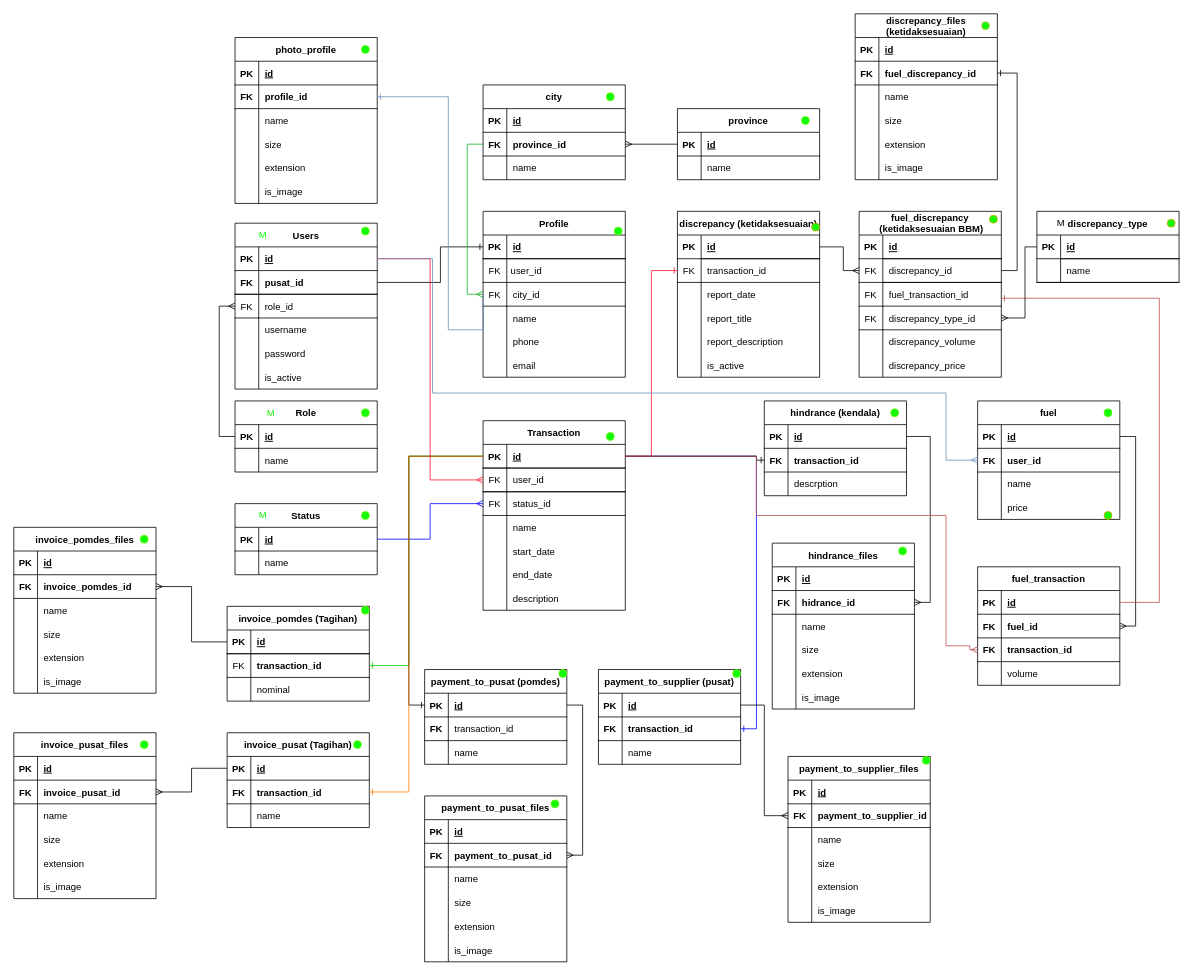
Faris072/pomdes keeps this draw.io diagram as PomdesDB.drawio. Above is the earlier version. Source tidied: cells renumbered, new cells numbered last; positions are measured from the earlier drawing's top-left corner, leaving out a move shared by most shapes. Both pictures are drawn from the tidied source at 79%, with x=0, y=0 at pixel (13, 13).
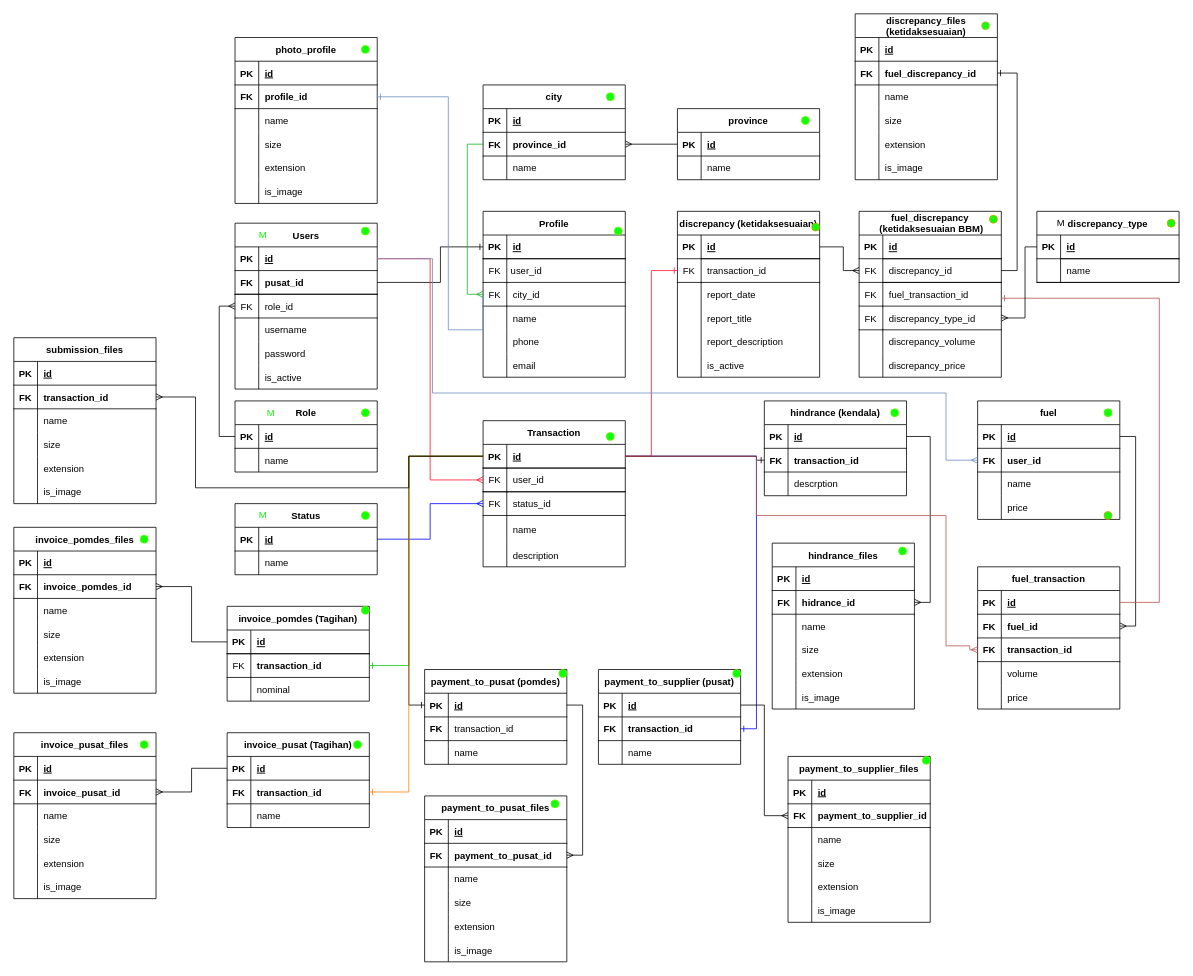
After the change.

Unchanged cells that the change refers to:
```xml
<mxCell id="51" style="shape=tableRow;horizontal=0;startSize=0;swimlaneHead=0;swimlaneBody=0;fillColor=none;points=[[0,0.5],[1,0.5]];portConstraint=eastwest;top=0;left=0;right=0;bottom=1;" parent="50" vertex="1">
  <mxGeometry y="30" width="180" height="30" as="geometry" />
</mxCell>
```

Diff of the diagram source:
```diff
@@
     <mxCell id="50" value="Transaction" style="shape=table;startSize=30;childLayout=tableLayout;rowLines=0;fontStyle=1;align=center;" parent="1" vertex="1">
-      <mxGeometry x="594" y="515" width="180" height="240" as="geometry" />
+      <mxGeometry x="594" y="515" width="180" height="185" as="geometry" />
     </mxCell>
@@
     <mxCell id="60" style="shape=tableRow;horizontal=0;startSize=0;swimlaneHead=0;swimlaneBody=0;fillColor=none;top=0;left=0;right=0;bottom=0;" parent="50" vertex="1">
-      <mxGeometry y="120" width="180" height="30" as="geometry" />
+      <mxGeometry y="120" width="180" height="35" as="geometry" />
     </mxCell>
     <mxCell id="61" style="shape=partialRectangle;fillColor=none;top=0;left=0;bottom=0;right=0;overflow=hidden;" parent="60" vertex="1">
-      <mxGeometry width="30" height="30" as="geometry" />
+      <mxGeometry width="30" height="35" as="geometry" />
     </mxCell>
     <mxCell id="62" value="name" style="shape=partialRectangle;fillColor=none;top=0;left=0;bottom=0;right=0;align=left;spacingLeft=6;overflow=hidden;" parent="60" vertex="1">
-      <mxGeometry x="30" width="150" height="30" as="geometry" />
+      <mxGeometry x="30" width="150" height="35" as="geometry" />
     </mxCell>
-    <mxCell id="63" style="shape=tableRow;horizontal=0;startSize=0;swimlaneHead=0;swimlaneBody=0;fillColor=none;top=0;left=0;right=0;bottom=0;" parent="50" vertex="1">
-      <mxGeometry y="150" width="180" height="30" as="geometry" />
-    </mxCell>
-    <mxCell id="64" style="shape=partialRectangle;fillColor=none;top=0;left=0;bottom=0;right=0;overflow=hidden;" parent="63" vertex="1">
-      <mxGeometry width="30" height="30" as="geometry" />
-    </mxCell>
-    <mxCell id="65" value="start_date" style="shape=partialRectangle;fillColor=none;top=0;left=0;bottom=0;right=0;align=left;spacingLeft=6;overflow=hidden;" parent="63" vertex="1">
-      <mxGeometry x="30" width="150" height="30" as="geometry" />
-    </mxCell>
-    <mxCell id="66" style="shape=tableRow;horizontal=0;startSize=0;swimlaneHead=0;swimlaneBody=0;fillColor=none;top=0;left=0;right=0;bottom=0;" parent="50" vertex="1">
-      <mxGeometry y="180" width="180" height="30" as="geometry" />
-    </mxCell>
-    <mxCell id="67" style="shape=partialRectangle;fillColor=none;top=0;left=0;bottom=0;right=0;overflow=hidden;" parent="66" vertex="1">
-      <mxGeometry width="30" height="30" as="geometry" />
-    </mxCell>
-    <mxCell id="68" value="end_date" style="shape=partialRectangle;fillColor=none;top=0;left=0;bottom=0;right=0;align=left;spacingLeft=6;overflow=hidden;" parent="66" vertex="1">
-      <mxGeometry x="30" width="150" height="30" as="geometry" />
-    </mxCell>
     <mxCell id="69" style="shape=tableRow;horizontal=0;startSize=0;swimlaneHead=0;swimlaneBody=0;fillColor=none;top=0;left=0;right=0;bottom=0;" parent="50" vertex="1">
-      <mxGeometry y="210" width="180" height="30" as="geometry" />
+      <mxGeometry y="155" width="180" height="30" as="geometry" />
     </mxCell>
@@
     <mxCell id="346" value="fuel_transaction" style="shape=table;startSize=30;childLayout=tableLayout;rowLines=0;fontStyle=1;align=center;" parent="1" vertex="1">
-      <mxGeometry x="1220" y="700" width="180" height="150" as="geometry" />
+      <mxGeometry x="1220" y="700" width="180" height="180" as="geometry" />
     </mxCell>
@@
+    <mxCell id="400" style="shape=tableRow;horizontal=0;startSize=0;swimlaneHead=0;swimlaneBody=0;fillColor=none;top=0;left=0;right=0;bottom=0;" parent="346" vertex="1">
+      <mxGeometry y="150" width="180" height="30" as="geometry" />
+    </mxCell>
+    <mxCell id="401" style="shape=partialRectangle;fillColor=none;top=0;left=0;bottom=0;right=0;overflow=hidden;" parent="400" vertex="1">
+      <mxGeometry width="30" height="30" as="geometry" />
+    </mxCell>
+    <mxCell id="402" value="price" style="shape=partialRectangle;fillColor=none;top=0;left=0;bottom=0;right=0;align=left;spacingLeft=6;overflow=hidden;" parent="400" vertex="1">
+      <mxGeometry x="30" width="150" height="30" as="geometry" />
+    </mxCell>
@@
+    <mxCell id="403" value="submission_files" style="shape=table;startSize=30;childLayout=tableLayout;rowLines=0;fontStyle=1;align=center;" parent="1" vertex="1">
+      <mxGeometry y="410" width="180" height="210" as="geometry" />
+    </mxCell>
+    <mxCell id="404" style="shape=tableRow;horizontal=0;startSize=0;swimlaneHead=0;swimlaneBody=0;fillColor=none;top=0;left=0;right=0;bottom=1;" parent="403" vertex="1">
+      <mxGeometry y="30" width="180" height="30" as="geometry" />
+    </mxCell>
+    <mxCell id="405" value="PK" style="shape=partialRectangle;fillColor=none;top=0;left=0;bottom=0;right=0;fontStyle=1;overflow=hidden;" parent="404" vertex="1">
+      <mxGeometry width="30" height="30" as="geometry" />
+    </mxCell>
+    <mxCell id="406" value="id" style="shape=partialRectangle;fillColor=none;top=0;left=0;bottom=0;right=0;align=left;spacingLeft=6;fontStyle=5;overflow=hidden;" parent="404" vertex="1">
+      <mxGeometry x="30" width="150" height="30" as="geometry" />
+    </mxCell>
+    <mxCell id="407" style="shape=tableRow;horizontal=0;startSize=0;swimlaneHead=0;swimlaneBody=0;fillColor=none;points=[[0,0.5],[1,0.5]];portConstraint=eastwest;top=0;left=0;right=0;bottom=1;" parent="403" vertex="1">
+      <mxGeometry y="60" width="180" height="30" as="geometry" />
+    </mxCell>
+    <mxCell id="408" value="FK" style="shape=partialRectangle;fillColor=none;top=0;left=0;bottom=0;right=0;fontStyle=1;overflow=hidden;" parent="407" vertex="1">
+      <mxGeometry width="30" height="30" as="geometry" />
+    </mxCell>
+    <mxCell id="409" value="transaction_id" style="shape=partialRectangle;fillColor=none;top=0;left=0;bottom=0;right=0;align=left;spacingLeft=6;fontStyle=1;overflow=hidden;" parent="407" vertex="1">
+      <mxGeometry x="30" width="150" height="30" as="geometry" />
+    </mxCell>
+    <mxCell id="410" style="shape=tableRow;horizontal=0;startSize=0;swimlaneHead=0;swimlaneBody=0;fillColor=none;top=0;left=0;right=0;bottom=0;" parent="403" vertex="1">
+      <mxGeometry y="90" width="180" height="30" as="geometry" />
+    </mxCell>
+    <mxCell id="411" style="shape=partialRectangle;fillColor=none;top=0;left=0;bottom=0;right=0;overflow=hidden;" parent="410" vertex="1">
+      <mxGeometry width="30" height="30" as="geometry" />
+    </mxCell>
+    <mxCell id="412" value="name" style="shape=partialRectangle;fillColor=none;top=0;left=0;bottom=0;right=0;align=left;spacingLeft=6;overflow=hidden;" parent="410" vertex="1">
+      <mxGeometry x="30" width="150" height="30" as="geometry" />
+    </mxCell>
+    <mxCell id="413" style="shape=tableRow;horizontal=0;startSize=0;swimlaneHead=0;swimlaneBody=0;fillColor=none;top=0;left=0;right=0;bottom=0;" parent="403" vertex="1">
+      <mxGeometry y="120" width="180" height="30" as="geometry" />
+    </mxCell>
+    <mxCell id="414" style="shape=partialRectangle;fillColor=none;top=0;left=0;bottom=0;right=0;overflow=hidden;" parent="413" vertex="1">
+      <mxGeometry width="30" height="30" as="geometry" />
+    </mxCell>
+    <mxCell id="415" value="size" style="shape=partialRectangle;fillColor=none;top=0;left=0;bottom=0;right=0;align=left;spacingLeft=6;overflow=hidden;" parent="413" vertex="1">
+      <mxGeometry x="30" width="150" height="30" as="geometry" />
+    </mxCell>
+    <mxCell id="416" style="shape=tableRow;horizontal=0;startSize=0;swimlaneHead=0;swimlaneBody=0;fillColor=none;top=0;left=0;right=0;bottom=0;" parent="403" vertex="1">
+      <mxGeometry y="150" width="180" height="30" as="geometry" />
+    </mxCell>
+    <mxCell id="417" style="shape=partialRectangle;fillColor=none;top=0;left=0;bottom=0;right=0;overflow=hidden;" parent="416" vertex="1">
+      <mxGeometry width="30" height="30" as="geometry" />
+    </mxCell>
+    <mxCell id="418" value="extension" style="shape=partialRectangle;fillColor=none;top=0;left=0;bottom=0;right=0;align=left;spacingLeft=6;overflow=hidden;" parent="416" vertex="1">
+      <mxGeometry x="30" width="150" height="30" as="geometry" />
+    </mxCell>
+    <mxCell id="66" style="shape=tableRow;horizontal=0;startSize=0;swimlaneHead=0;swimlaneBody=0;fillColor=none;top=0;left=0;right=0;bottom=0;" parent="403" vertex="1">
+      <mxGeometry y="180" width="180" height="30" as="geometry" />
+    </mxCell>
+    <mxCell id="419" style="shape=partialRectangle;fillColor=none;top=0;left=0;bottom=0;right=0;overflow=hidden;" parent="66" vertex="1">
+      <mxGeometry width="30" height="30" as="geometry" />
+    </mxCell>
+    <mxCell id="420" value="is_image" style="shape=partialRectangle;fillColor=none;top=0;left=0;bottom=0;right=0;align=left;spacingLeft=6;overflow=hidden;" parent="66" vertex="1">
+      <mxGeometry x="30" width="150" height="30" as="geometry" />
+    </mxCell>
+    <mxCell id="421" style="edgeStyle=orthogonalEdgeStyle;rounded=0;jettySize=auto;html=1;entryX=1;entryY=0.5;entryDx=0;entryDy=0;endArrow=ERmany;endFill=0;" parent="1" edge="1" source="51" target="407">
+      <mxGeometry relative="1" as="geometry">
+        <Array as="points">
+          <mxPoint x="500" y="560" />
+          <mxPoint x="500" y="600" />
+          <mxPoint x="230" y="600" />
+          <mxPoint x="230" y="485" />
+        </Array>
+      </mxGeometry>
+    </mxCell>
```
